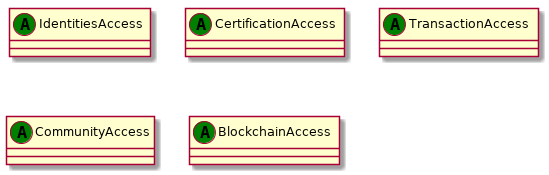
Before: doc/uml/access.png, a diagram exported from PlantUML (duniter/sakia).
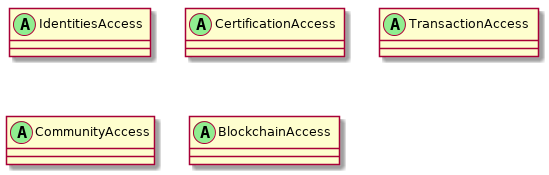
After the commit.

Change to the diagram source:
```diff
@@ -1,15 +1,15 @@
 @startuml
 
 
-class IdentitiesAccess  << (A,green) >> {
+class IdentitiesAccess  << (A,lightgreen) >> {
 }
-class CertificationAccess  << (A,green) >> {
+class CertificationAccess  << (A,lightgreen) >> {
 }
-class TransactionAccess  << (A,green) >> {
+class TransactionAccess  << (A,lightgreen) >> {
 }
-class CommunityAccess  << (A,green) >> {
+class CommunityAccess  << (A,lightgreen) >> {
 }
-class BlockchainAccess  << (A,green) >> {
+class BlockchainAccess  << (A,lightgreen) >> {
 }
 
 @enduml
```
